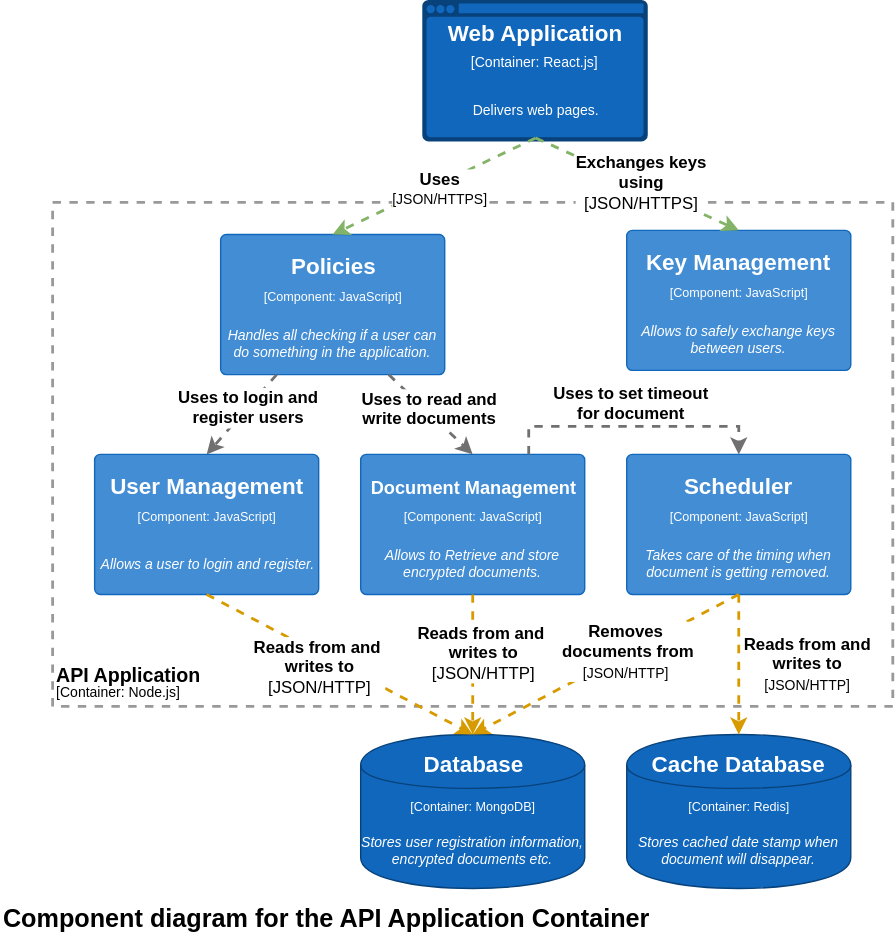
Before: Documentation/Architecture/Level3-APIApplication-Components.svg, a diagram exported from draw.io (kkolodziejczak/PBAI). Source tidied: cells renumbered, new cells last; positions are measured from the earlier drawing's top-left corner, leaving out a move shared by most shapes.
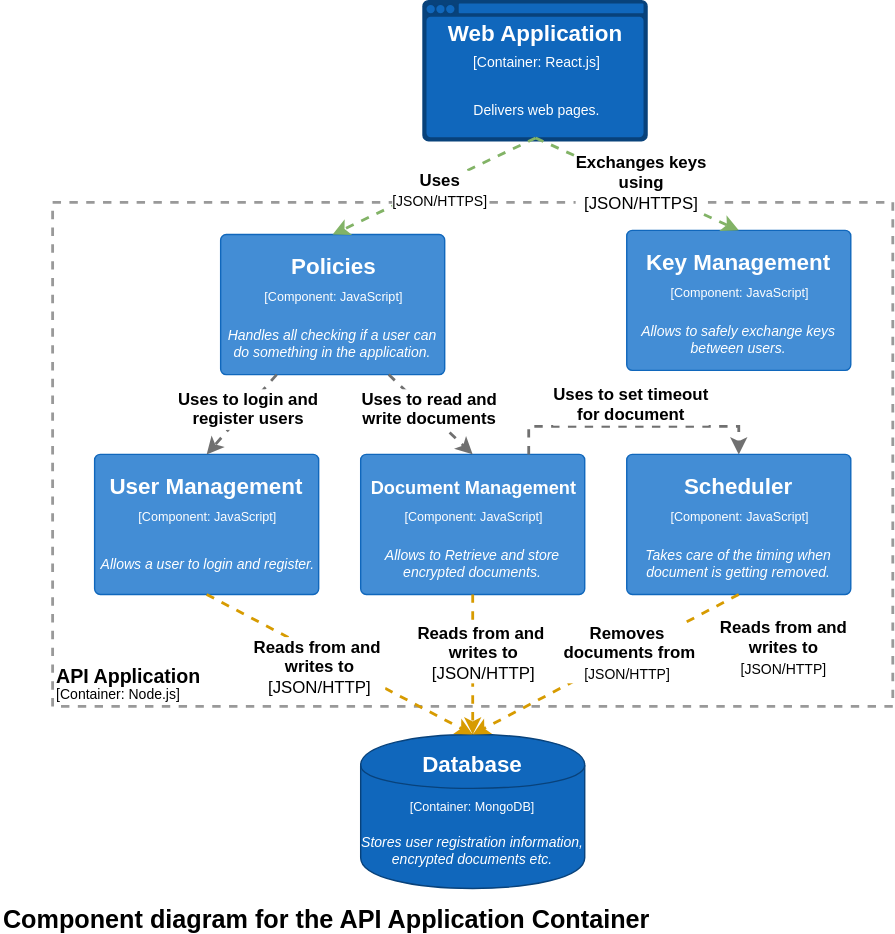
Later version of the same file.

Commit message:
Finished high level API documentation #10

Diff of the diagram source:
```diff
@@ -77,24 +77,6 @@
     <mxCell id="26" value="&lt;i&gt;Allows a user to login and register.&lt;/i&gt;&lt;br&gt;" style="text;strokeColor=none;fillColor=none;align=center;verticalAlign=middle;whiteSpace=wrap;rounded=0;fontSize=10;fontColor=#FFFFFF;html=1;spacing=1;" parent="21" vertex="1">
       <mxGeometry y="58" width="160" height="40" as="geometry" />
     </mxCell>
-    <mxCell id="27" style="group;" parent="1" vertex="1">
-      <mxGeometry x="447" y="524" width="160" height="110" as="geometry" />
-    </mxCell>
-    <mxCell id="28" style="group;" parent="27" vertex="1">
-      <mxGeometry width="160" height="110" as="geometry" />
-    </mxCell>
-    <mxCell id="29" style="shape=cylinder;whiteSpace=wrap;html=1;boundedLbl=1;backgroundOutline=1;rounded=1;strokeColor=#08427B;fillColor=#1067BC;fontSize=12;fontColor=#FFFFFF;align=center;" parent="28" vertex="1">
-      <mxGeometry width="160" height="110" as="geometry" />
-    </mxCell>
-    <mxCell id="30" value="&lt;i&gt;Stores cached date stamp when document will disappear.&lt;/i&gt;&lt;br&gt;" style="text;strokeColor=none;fillColor=none;align=center;verticalAlign=middle;whiteSpace=wrap;rounded=0;fontSize=10;fontColor=#FFFFFF;html=1;spacing=1;" parent="28" vertex="1">
-      <mxGeometry y="62.5" width="160" height="40" as="geometry" />
-    </mxCell>
-    <mxCell id="31" value="&lt;font style=&quot;font-size: 9px&quot;&gt;[Container: Redis]&lt;/font&gt;&lt;br&gt;" style="text;html=1;strokeColor=none;fillColor=none;align=center;verticalAlign=middle;whiteSpace=wrap;rounded=0;fontSize=12;fontColor=#FFFFFF;" parent="28" vertex="1">
-      <mxGeometry y="40" width="160" height="20" as="geometry" />
-    </mxCell>
-    <mxCell id="32" value="Cache Database" style="text;html=1;strokeColor=none;fillColor=none;align=center;verticalAlign=middle;whiteSpace=wrap;rounded=0;fontColor=#FFFFFF;fontStyle=1;fontSize=16;" parent="28" vertex="1">
-      <mxGeometry width="160" height="40" as="geometry" />
-    </mxCell>
     <mxCell id="33" style="group;" parent="1" vertex="1">
       <mxGeometry x="257" y="524" width="160" height="110" as="geometry" />
     </mxCell>
@@ -167,14 +149,6 @@
     <mxCell id="56" value="&lt;i&gt;Takes care of the timing when document is getting removed.&lt;/i&gt;&lt;br&gt;" style="text;strokeColor=none;fillColor=none;align=center;verticalAlign=middle;whiteSpace=wrap;rounded=0;fontSize=10;fontColor=#FFFFFF;html=1;spacing=1;" parent="51" vertex="1">
       <mxGeometry y="58" width="160" height="40" as="geometry" />
     </mxCell>
-    <mxCell id="57" style="endArrow=classic;html=1;strokeWidth=2;dashed=1;strokeColor=#d79b00;rounded=0;fontSize=14;fontColor=#000000;entryX=0.5;entryY=0;exitX=0.5;exitY=1;fillColor=#ffe6cc;" parent="1" edge="1" source="53" target="32">
-      <mxGeometry relative="1" as="geometry" />
-    </mxCell>
-    <mxCell id="58" value="&lt;span&gt;&lt;b&gt;&lt;font style=&quot;font-size: 12px&quot;&gt;Reads from and &lt;br&gt;writes to&lt;/font&gt;&lt;/b&gt;&lt;/span&gt;&lt;span&gt;&lt;br&gt;&lt;/span&gt;&lt;div&gt;&lt;font style=&quot;font-size: 10px&quot;&gt;[JSON/HTTP&lt;/font&gt;&lt;span style=&quot;font-size: 10px&quot;&gt;]&lt;/span&gt;&lt;/div&gt;" style="text;html=1;align=center;verticalAlign=middle;labelBackgroundColor=#ffffff;" parent="57" vertex="1">
-      <mxGeometry x="0.44" y="-3" relative="1" as="geometry">
-        <mxPoint x="53" y="-23" as="offset" />
-      </mxGeometry>
-    </mxCell>
     <mxCell id="59" style="endArrow=classic;html=1;strokeWidth=2;dashed=1;strokeColor=#d79b00;rounded=0;fontSize=14;fontColor=#000000;entryX=0.5;entryY=0;exitX=0.5;exitY=1;fillColor=#ffe6cc;" parent="1" edge="1" source="53" target="38">
       <mxGeometry relative="1" as="geometry" />
     </mxCell>
@@ -244,5 +218,10 @@
         <mxPoint x="-42.5" y="-20" as="offset" />
       </mxGeometry>
     </mxCell>
+    <mxCell id="58" value="&lt;span&gt;&lt;b&gt;&lt;font style=&quot;font-size: 12px&quot;&gt;Reads from and &lt;br&gt;writes to&lt;/font&gt;&lt;/b&gt;&lt;/span&gt;&lt;span&gt;&lt;br&gt;&lt;/span&gt;&lt;div&gt;&lt;font style=&quot;font-size: 10px&quot;&gt;[JSON/HTTP&lt;/font&gt;&lt;span style=&quot;font-size: 10px&quot;&gt;]&lt;/span&gt;&lt;/div&gt;" style="text;html=1;align=center;verticalAlign=middle;labelBackgroundColor=#ffffff;" parent="1" vertex="1">
+      <mxGeometry x="627" y="444" as="geometry">
+        <mxPoint x="-67" y="16" as="offset" />
+      </mxGeometry>
+    </mxCell>
   </root>
 </mxGraphModel>
```
